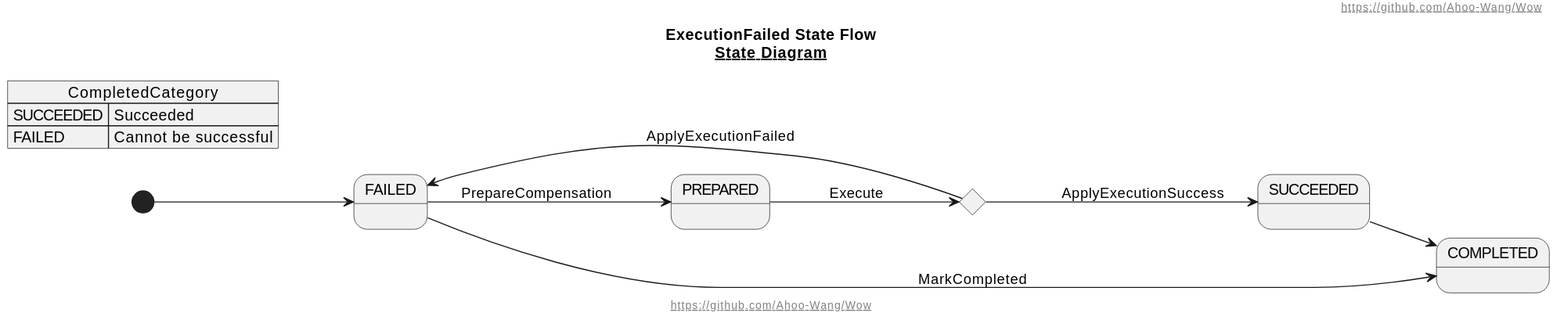
Earlier version of the PlantUML export documentation/docs/public/images/compensation/state-diagram.svg (Ahoo-Wang/Wow). Source of this version:
```plantuml
@startuml
!include layout.puml

left to right direction

title
ExecutionFailed State Flow
__State Diagram__
end title

state FAILED
state PREPARED
state ExecutionStatus <<choice>>
state SUCCEEDED
state COMPLETED

[*] --> FAILED

FAILED --> PREPARED: PrepareCompensation
PREPARED --> ExecutionStatus: Execute
ExecutionStatus --> FAILED: ApplyExecutionFailed
ExecutionStatus --> SUCCEEDED: ApplyExecutionSuccess
SUCCEEDED --> COMPLETED
FAILED --> COMPLETED: MarkCompleted

json CompletedCategory {
   "SUCCEEDED":"Succeeded",
   "FAILED":"Cannot be successful"
}
@enduml
```
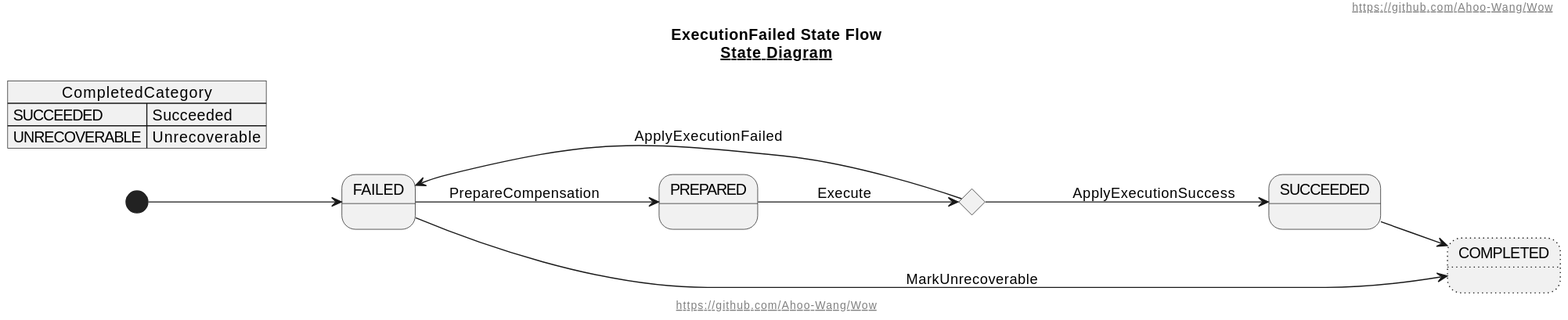
The same file after the commit.

The edit, as a diff of the source:
```diff
@@ -12,7 +12,7 @@
 state PREPARED
 state ExecutionStatus <<choice>>
 state SUCCEEDED
-state COMPLETED
+state COMPLETED #line.dotted;
 
 [*] --> FAILED
 
@@ -21,10 +21,10 @@
 ExecutionStatus --> FAILED: ApplyExecutionFailed
 ExecutionStatus --> SUCCEEDED: ApplyExecutionSuccess
 SUCCEEDED --> COMPLETED
-FAILED --> COMPLETED: MarkCompleted
+FAILED --> COMPLETED: MarkUnrecoverable
 
 json CompletedCategory {
    "SUCCEEDED":"Succeeded",
-   "FAILED":"Cannot be successful"
+   "UNRECOVERABLE":"Unrecoverable"
 }
 @enduml
```
